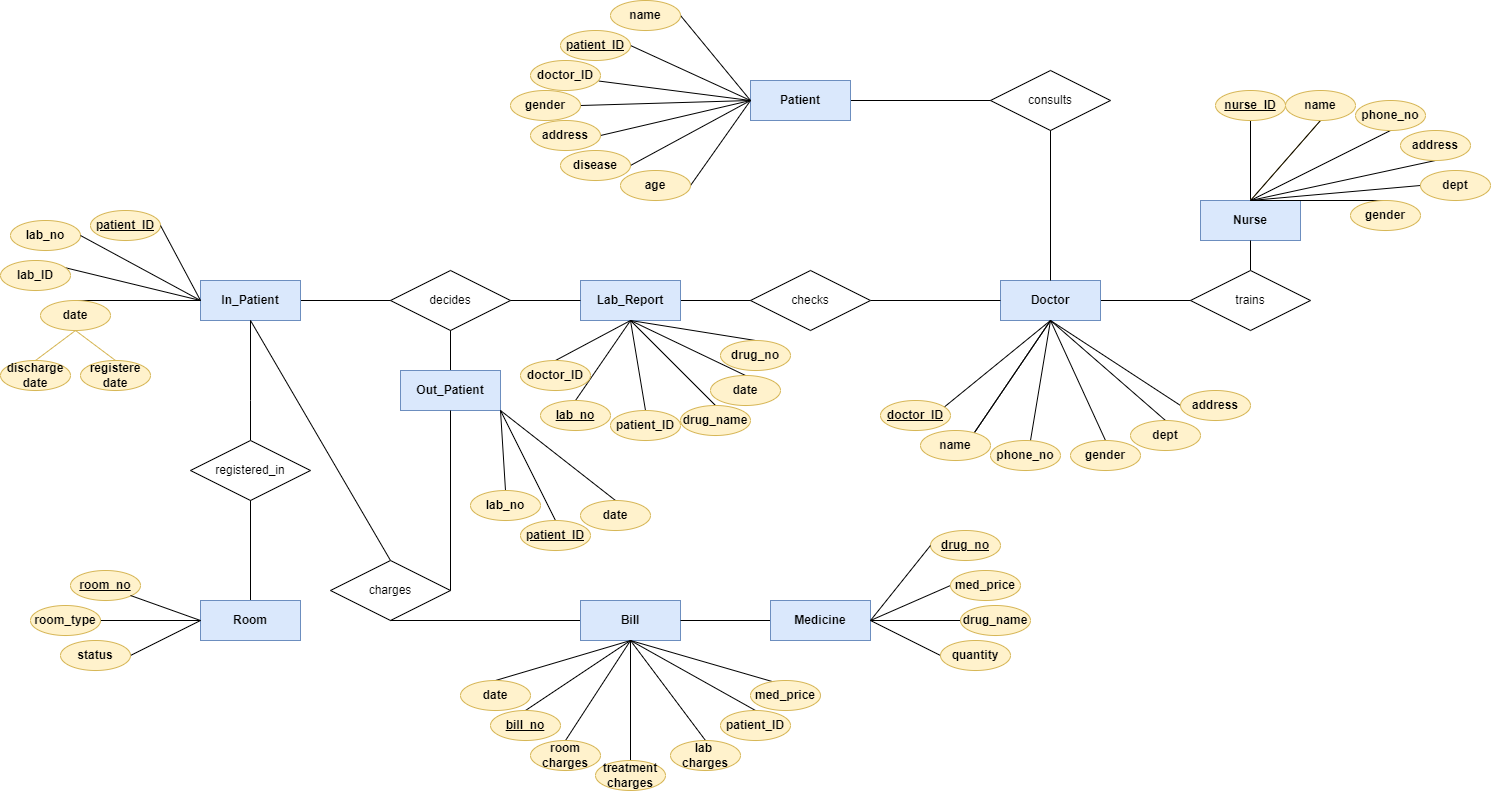
Above: hospital ERD using draw.io.drawio.png in hala034/database-project (draw.io), before the change. Source tidied: cells renumbered, new cells last; positions are measured from the earlier drawing's top-left corner, leaving out a move shared by most shapes.
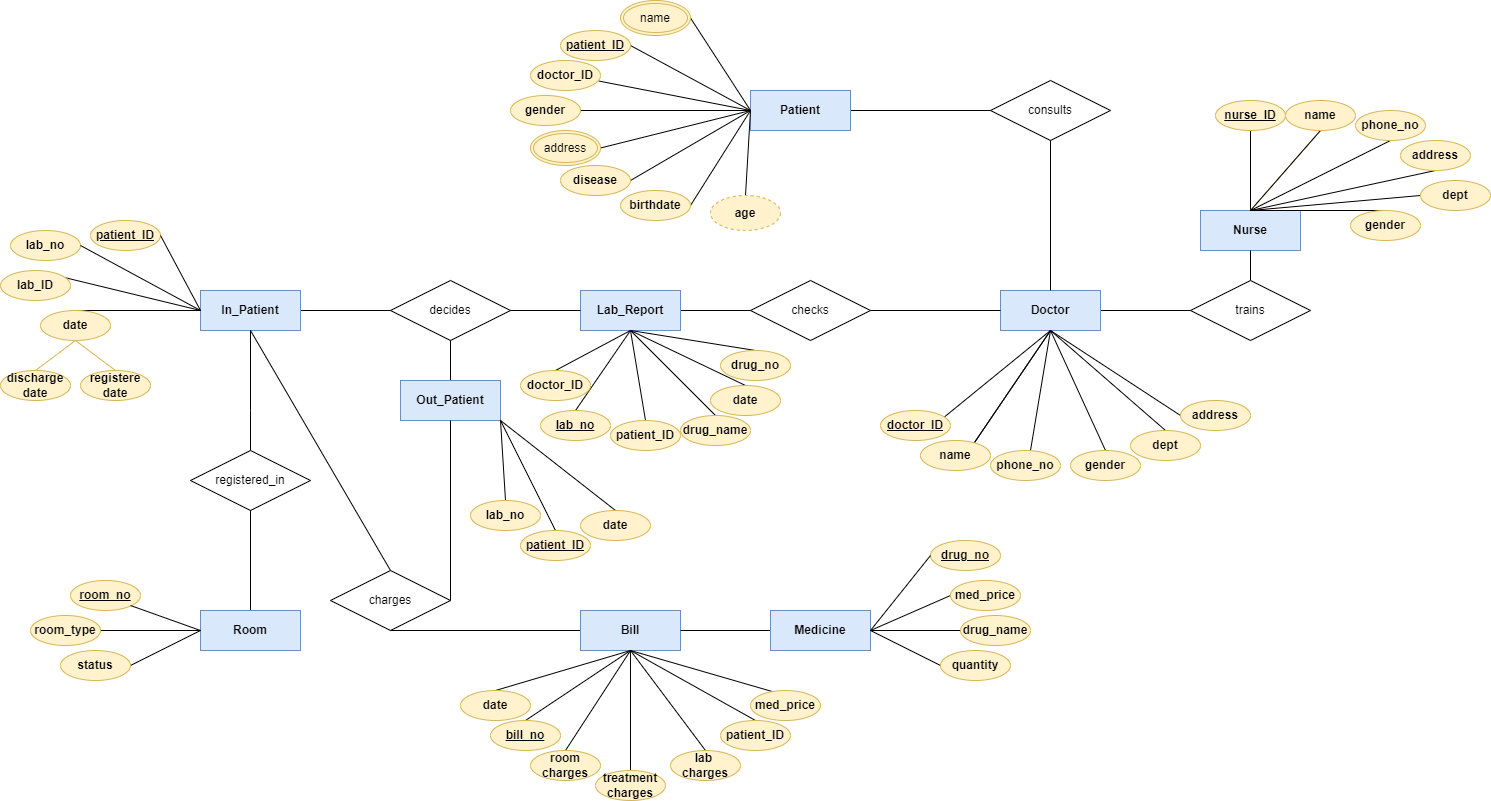
The same file after the commit.

Change to the diagram source:
```diff
@@ -216,29 +216,23 @@
         <mxPoint x="750" y="100" as="sourcePoint" />
       </mxGeometry>
     </mxCell>
-    <mxCell id="64" value="&lt;b&gt;address&lt;/b&gt;" style="ellipse;whiteSpace=wrap;html=1;align=center;fillColor=#fff2cc;strokeColor=#d6b656;" parent="1" vertex="1">
-      <mxGeometry x="530" y="120" width="70" height="30" as="geometry" />
-    </mxCell>
     <mxCell id="65" value="&lt;b&gt;doctor_ID&lt;/b&gt;" style="ellipse;whiteSpace=wrap;html=1;align=center;fillColor=#fff2cc;strokeColor=#d6b656;" parent="1" vertex="1">
-      <mxGeometry x="530" y="60" width="70" height="30" as="geometry" />
+      <mxGeometry x="530" y="50" width="70" height="30" as="geometry" />
     </mxCell>
     <mxCell id="66" value="&lt;b&gt;gender&lt;/b&gt;" style="ellipse;whiteSpace=wrap;html=1;align=center;fillColor=#fff2cc;strokeColor=#d6b656;" parent="1" vertex="1">
-      <mxGeometry x="510" y="90" width="70" height="30" as="geometry" />
+      <mxGeometry x="510" y="85" width="70" height="30" as="geometry" />
     </mxCell>
     <mxCell id="67" value="&lt;b&gt;patient_ID&lt;/b&gt;" style="ellipse;whiteSpace=wrap;html=1;align=center;fontStyle=4;fillColor=#fff2cc;strokeColor=#d6b656;" parent="1" vertex="1">
-      <mxGeometry x="560" y="30" width="70" height="30" as="geometry" />
+      <mxGeometry x="560" y="20" width="70" height="30" as="geometry" />
     </mxCell>
-    <mxCell id="68" value="&lt;b&gt;name&lt;/b&gt;" style="ellipse;whiteSpace=wrap;html=1;align=center;fillColor=#fff2cc;strokeColor=#d6b656;" parent="1" vertex="1">
-      <mxGeometry x="610" width="70" height="30" as="geometry" />
-    </mxCell>
     <mxCell id="69" value="&lt;b&gt;disease&lt;/b&gt;" style="ellipse;whiteSpace=wrap;html=1;align=center;fillColor=#fff2cc;strokeColor=#d6b656;" parent="1" vertex="1">
-      <mxGeometry x="560" y="150" width="70" height="30" as="geometry" />
+      <mxGeometry x="560" y="155" width="70" height="30" as="geometry" />
     </mxCell>
     <mxCell id="70" style="endArrow=none;html=1;rounded=0;exitX=0;exitY=0.5;exitDx=0;exitDy=0;entryX=1;entryY=0.5;entryDx=0;entryDy=0;" parent="1" edge="1" source="10" target="71">
       <mxGeometry relative="1" as="geometry" />
     </mxCell>
-    <mxCell id="71" value="&lt;b&gt;age&lt;/b&gt;" style="ellipse;whiteSpace=wrap;html=1;align=center;fillColor=#fff2cc;strokeColor=#d6b656;" parent="1" vertex="1">
-      <mxGeometry x="620" y="170" width="70" height="30" as="geometry" />
+    <mxCell id="71" value="&lt;b&gt;birthdate&lt;/b&gt;" style="ellipse;whiteSpace=wrap;html=1;align=center;fillColor=#fff2cc;strokeColor=#d6b656;" parent="1" vertex="1">
+      <mxGeometry x="620" y="180" width="70" height="30" as="geometry" />
     </mxCell>
     <mxCell id="72" style="endArrow=none;html=1;rounded=0;entryX=0.5;entryY=0;entryDx=0;entryDy=0;exitX=0.5;exitY=1;exitDx=0;exitDy=0;" parent="1" edge="1" source="14" target="79">
       <mxGeometry relative="1" as="geometry" />
@@ -436,5 +430,17 @@
     <mxCell id="129" value="&lt;b&gt;quantity&lt;/b&gt;" style="ellipse;whiteSpace=wrap;html=1;align=center;fillColor=#fff2cc;strokeColor=#d6b656;" parent="1" vertex="1">
       <mxGeometry x="940" y="640" width="70" height="30" as="geometry" />
     </mxCell>
+    <mxCell id="64" value="address" style="ellipse;shape=doubleEllipse;margin=3;whiteSpace=wrap;html=1;align=center;fillColor=#fff2cc;strokeColor=#d6b656;" parent="1" vertex="1">
+      <mxGeometry x="530" y="120" width="70" height="35" as="geometry" />
+    </mxCell>
+    <mxCell id="130" style="endArrow=none;html=1;rounded=0;exitX=0;exitY=0.5;exitDx=0;exitDy=0;entryX=0.5;entryY=0;entryDx=0;entryDy=0;" parent="1" edge="1" source="10" target="131">
+      <mxGeometry relative="1" as="geometry" />
+    </mxCell>
+    <mxCell id="131" value="&lt;b&gt;age&lt;/b&gt;" style="ellipse;whiteSpace=wrap;html=1;align=center;dashed=1;fillColor=#fff2cc;strokeColor=#d6b656;" parent="1" vertex="1">
+      <mxGeometry x="710" y="185" width="70" height="35" as="geometry" />
+    </mxCell>
+    <mxCell id="68" value="name" style="ellipse;shape=doubleEllipse;margin=3;whiteSpace=wrap;html=1;align=center;fillColor=#fff2cc;strokeColor=#d6b656;" parent="1" vertex="1">
+      <mxGeometry x="620" y="-10" width="70" height="35" as="geometry" />
+    </mxCell>
   </root>
 </mxGraphModel>
```
